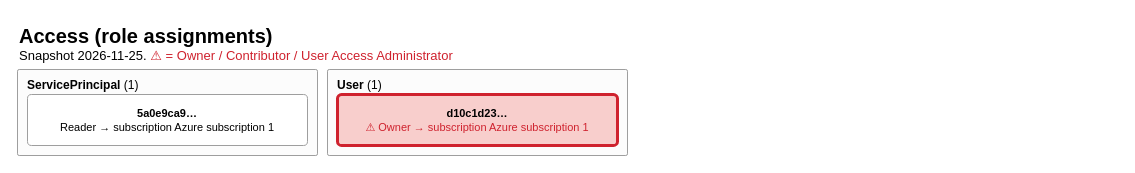
Before: diagrams/4-access.drawio in musaxasmammedov7/infrastructure, a draw.io diagram. Source tidied: cells renumbered, new cells numbered last; positions are measured from the earlier drawing's top-left corner, leaving out a move shared by most shapes. Both pictures are drawn from the tidied source at 100%, with x=0, y=0 at pixel (17, 17).
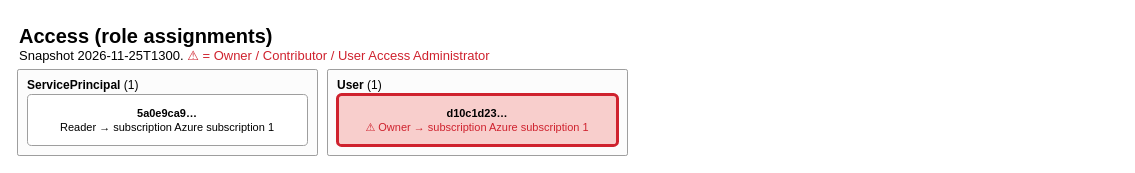
The same page after the edit.

Change to the diagram source:
```diff
@@
 <mxGraphModel>
   <root>
     <mxCell id="0" />
     <mxCell id="1" parent="0" />
-    <mxCell id="2" value="&lt;b style='font-size:20px'&gt;Access (role assignments)&lt;/b&gt;&lt;br&gt;Snapshot 2026-11-25. &lt;font color='#CF222E'&gt;⚠ = Owner / Contributor / User Access Administrator&lt;/font&gt;" style="text;html=1;whiteSpace=wrap;align=left;verticalAlign=top;fontSize=13;spacing=2;" parent="1" vertex="1">
+    <mxCell id="2" value="&lt;b style='font-size:20px'&gt;Access (role assignments)&lt;/b&gt;&lt;br&gt;Snapshot 2026-11-25T1300. &lt;font color='#CF222E'&gt;⚠ = Owner / Contributor / User Access Administrator&lt;/font&gt;" style="text;html=1;whiteSpace=wrap;align=left;verticalAlign=top;fontSize=13;spacing=2;" parent="1" vertex="1">
       <mxGeometry width="1100" height="42" as="geometry" />
     </mxCell>
     <mxCell id="3" style="text;html=1;fillColor=none;strokeColor=none;" parent="1" vertex="1">
       <mxGeometry y="52" width="610" height="86" as="geometry" />
     </mxCell>
     <mxCell id="4" value="&lt;b&gt;ServicePrincipal&lt;/b&gt; (1)" style="rounded=1;arcSize=2;whiteSpace=wrap;html=1;fillColor=#FCFCFC;strokeColor=#9E9E9E;strokeWidth=1;fontSize=12;fontStyle=0;align=left;verticalAlign=top;spacingLeft=8;spacingTop=2;" parent="3" vertex="1">
       <mxGeometry width="300" height="86" as="geometry" />
     </mxCell>
     <mxCell id="5" value="&lt;b&gt;5a0e9ca9…&lt;/b&gt;&lt;br&gt;Reader → subscription Azure subscription 1" style="rounded=1;arcSize=8;whiteSpace=wrap;html=1;fillColor=#FFFFFF;strokeColor=#9E9E9E;strokeWidth=1;fontSize=11;align=center;verticalAlign=middle;spacing=4;" parent="4" vertex="1">
       <mxGeometry x="10" y="25" width="280" height="51" as="geometry" />
     </mxCell>
     <mxCell id="6" value="&lt;b&gt;User&lt;/b&gt; (1)" style="rounded=1;arcSize=2;whiteSpace=wrap;html=1;fillColor=#FCFCFC;strokeColor=#9E9E9E;strokeWidth=1;fontSize=12;fontStyle=0;align=left;verticalAlign=top;spacingLeft=8;spacingTop=2;" parent="3" vertex="1">
       <mxGeometry x="310" width="300" height="86" as="geometry" />
     </mxCell>
     <mxCell id="7" value="&lt;b&gt;d10c1d23…&lt;/b&gt;&lt;br&gt;&lt;font color='#CF222E'&gt;⚠ Owner → subscription Azure subscription 1&lt;/font&gt;" style="rounded=1;arcSize=8;whiteSpace=wrap;html=1;fillColor=#F8CECC;strokeColor=#CF222E;strokeWidth=3;fontSize=11;align=center;verticalAlign=middle;spacing=4;" parent="6" vertex="1">
       <mxGeometry x="10" y="25" width="280" height="51" as="geometry" />
     </mxCell>
   </root>
 </mxGraphModel>
```
